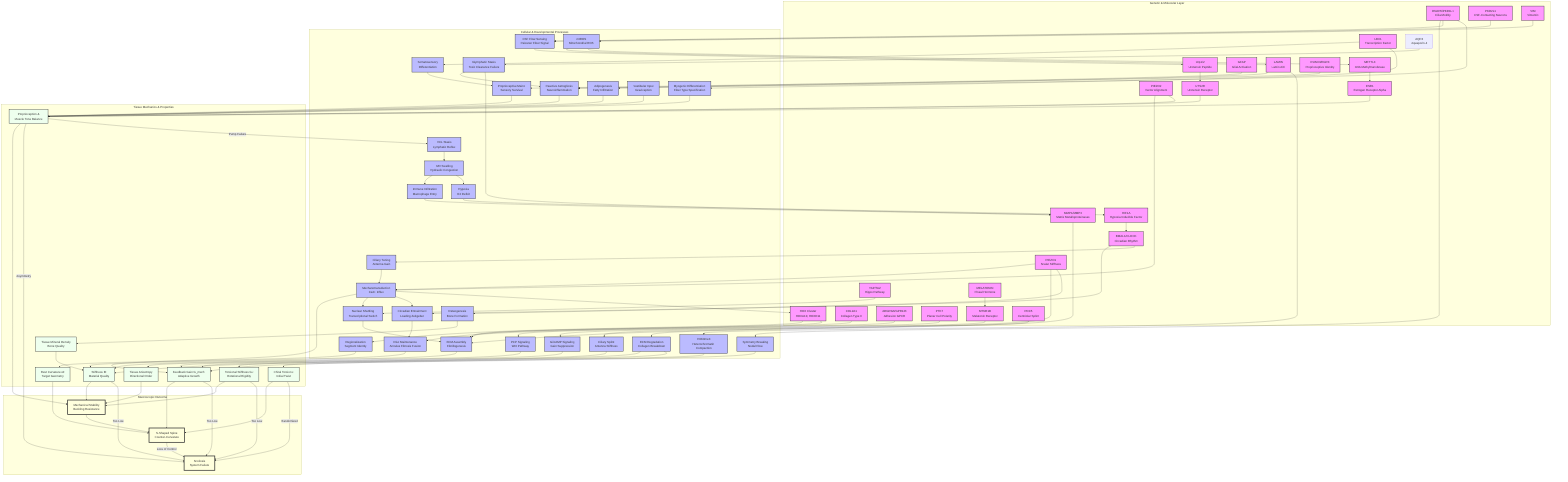
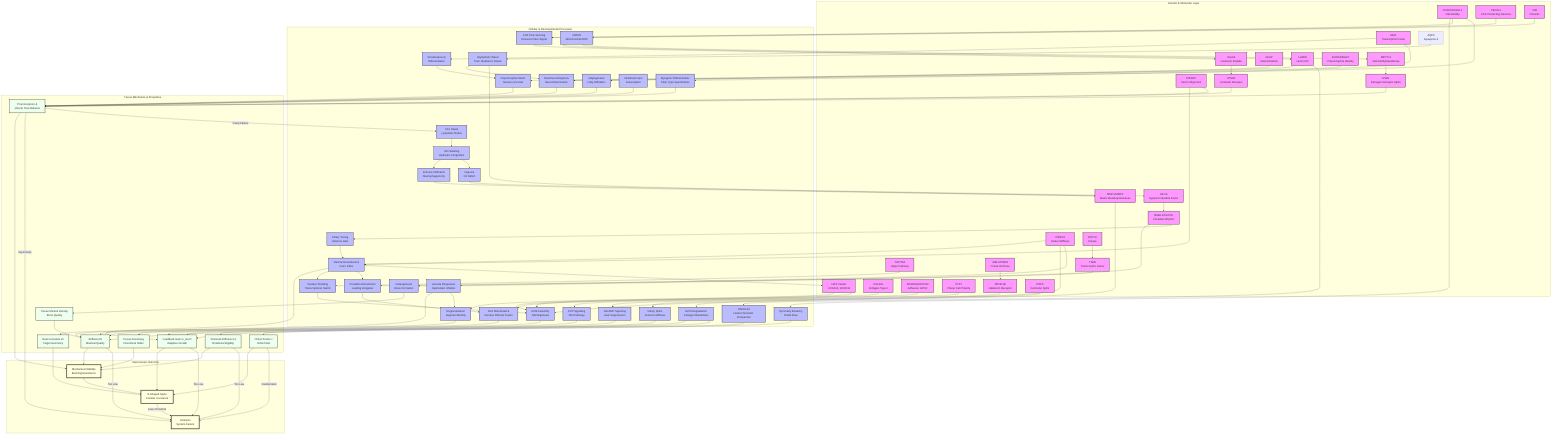
graph TD
    %% Subgraphs for Organization
    subgraph Genetics [Genetic & Molecular Layer]
        HOX[HOX Cluster<br/>HOXA10, HOXD11]
        COL[COL2A1<br/>Collagen Type II]
        PIEZO1[PIEZO1<br/>Scalar Stiffness]
        PIEZO2[PIEZO2<br/>Vector Alignment]
        CILIA[DNAH5/PKD1L1<br/>Cilia Motility]
        LBX1[LBX1<br/>Transcription Factor]
        ADGRG6[ADGRG6/GPR126<br/>Adhesion GPCR]
        PTK7[PTK7<br/>Planar Cell Polarity]
        YAP[YAP/TAZ<br/>Hippo Pathway]
        PKD2L1[PKD2L1<br/>CSF-Contacting Neurons]
        MMP[MMP1/MMP3<br/>Matrix Metalloproteinases]
        URP[Urp1/2<br/>Urotensin Peptide]
        UTS2R[UTS2R<br/>Urotensin Receptor]
        GFAP[GFAP<br/>Glial Activation]
        VIM[VIM<br/>Vimentin]
        LAMIN[LAMIN<br/>Lamin A/C]
        BMAL1[BMAL1/CLOCK<br/>Circadian Rhythm]
        RUNX3[RUNX3/EGR3<br/>Proprioceptive Identity]
        METTL3[METTL3<br/>m6A Methyltransferase]
        ESR1[ESR1<br/>Estrogen Receptor Alpha]
        AQP4[AQP4<br/>Aquaporin-4]
        MELATONIN[MELATONIN<br/>Pineal Hormone]
        MT2[MTNR1B<br/>Melatonin Receptor]
        HIF1A[HIF1A<br/>Hypoxia Inducible Factor]
        POC5[POC5<br/>Centriolar Splint]
+         DSTYK[DSTYK<br/>Kinase]
+         TFEB[TFEB<br/>Transcription Factor]
    end

    subgraph Processes [Cellular & Developmental Processes]
        Astrogliosis[Reactive Astrogliosis<br/>Neuroinflammation]
        Region[Regionalization<br/>Segment Identity]
        ECM_Assembly[ECM Assembly<br/>Fibrillogenesis]
        Nucl_Shuttle[Nuclear Shuttling<br/>Transcriptional Switch]
        Mech_Trans[Mechanotransduction<br/>Ca2+ Influx]
        Sym_Break[Symmetry Breaking<br/>Nodal Flow]
        CSF_Sensing[CSF Flow Sensing<br/>Reissner Fiber Signal]
        Neur_Diff[Somatosensory<br/>Differentiation]
        Muscle_Diff[Myogenic Differentiation<br/>Fiber Type Specification]
        Disc_Maint[Disc Maintenance<br/>Annulus Fibrosis Fusion]
        PCP_Sig[PCP Signaling<br/>Wnt Pathway]
        Degradation[ECM Degradation<br/>Collagen Breakdown]
        mtROS[mtROS<br/>Mitochondrial ROS]
        Adipogenesis[Adipogenesis<br/>Fatty Infiltration]
        Hydraulic_Congestion[IVD Swelling<br/>Hydraulic Congestion]
        Immune_Infilt[Immune Infiltration<br/>Macrophage Entry]
        Circadian_Entrain[Circadian Entrainment<br/>Loading Zeitgeber]
        Proprio_Maint[Proprioceptive Maint.<br/>Sensory Survival]
        H3K9me3[H3K9me3<br/>Heterochromatin Compaction]
        VCL_Stasis[VCL Stasis<br/>Lymphatic Reflux]
        Glymphatic_Stasis[Glymphatic Stasis<br/>Toxic Clearance Failure]
        Vestibular_Input[Vestibular Input<br/>Graviception]
        Gi_cAMP[Gi/cAMP Signaling<br/>Gain Suppression]
        Ciliary_Tuning[Ciliary Tuning<br/>Antenna Gain]
        Hypoxia[Hypoxia<br/>O2 Deficit]
        Osteogenesis[Osteogenesis<br/>Bone Formation]
        Ciliary_Splint[Ciliary Splint<br/>Antenna Stiffness]
+         Vacuole_Biogenesis[Vacuole Biogenesis<br/>Hydrostatic Inflation]
    end

    subgraph Tissue [Tissue Mechanics & Properties]
        Rest_Kappa[Rest Curvature κ0<br/>Target Geometry]
        Stiffness[Stiffness EI<br/>Material Quality]
        Torsional_Stiffness[Torsional Stiffness GJ<br/>Rotational Rigidity]
        Gain[Feedback Gain G_mech<br/>Adaptive Growth]
        Torsion[Chiral Torsion ε<br/>Initial Twist]
        Muscle_Tone[Proprioception &<br/>Muscle Tone Balance]
        Anisotropy[Tissue Anisotropy<br/>Directional Order]
        TMD[Tissue Mineral Density<br/>Bone Quality]
    end

    subgraph Outcome [Macroscopic Outcome]
        S_Curve[S-Shaped Spine<br/>Counter-Curvature]
        Stability[Mechanical Stability<br/>Buckling Resistance]
        Scoliosis[Scoliosis<br/>System Failure]
    end

    %% Connections
    HOX --> Region
    Region --> Rest_Kappa
    Rest_Kappa --> S_Curve

    COL --> ECM_Assembly
    ECM_Assembly --> Stiffness
    Stiffness --> Stability

    PIEZO1 --> Mech_Trans
    PIEZO2 --> Mech_Trans
    Mech_Trans --> Gain
    Gain --> S_Curve

    %% NEW ARC: Piezo Duality (Vector-Scalar Mismatch)
    PIEZO1 --> ECM_Assembly
    PIEZO2 --> Muscle_Tone

    CILIA --> Sym_Break
    Sym_Break --> Torsion
    Torsion --> S_Curve

    LBX1 --> Neur_Diff
    LBX1 --> Muscle_Diff
    Neur_Diff --> Proprio_Maint
    Proprio_Maint --> Muscle_Tone
    Muscle_Diff --> Muscle_Tone
    Muscle_Tone --> Stability

    %% NEW ARC: Proprioceptive Maintenance
    RUNX3 --> Proprio_Maint

    %% NEW ARC: ADGRG6
    ADGRG6 --> Disc_Maint
    Disc_Maint --> Stiffness

    %% NEW ARC: PTK7
    PTK7 --> PCP_Sig
    PCP_Sig --> Anisotropy
    Anisotropy --> Stability

    %% NEW ARC: YAP/TAZ
    YAP --> Nucl_Shuttle
    Nucl_Shuttle --> ECM_Assembly
    Mech_Trans --> Nucl_Shuttle

    %% NEW ARC: CSF/Reissner Fiber
    CILIA --> CSF_Sensing
    PKD2L1 --> CSF_Sensing
    CSF_Sensing --> URP
    URP --> UTS2R
    UTS2R --> Muscle_Tone

    %% NEW ARC: MMP Degradation
    MMP --> Degradation
    Degradation --> Stiffness

    %% NEW ARC: Neuro-Inflammatory Pathway
    CILIA --> Astrogliosis
    GFAP --> Astrogliosis
    Astrogliosis --> Muscle_Tone

    %% NEW ARC: Vimentin Metabolic Switch
    VIM --> mtROS
    mtROS --> LAMIN
    LAMIN --> Adipogenesis
    Adipogenesis --> Muscle_Tone

    %% NEW ARC: Inflamed Torsion
    Hydraulic_Congestion --> Immune_Infilt
    Immune_Infilt --> MMP
    Degradation --> Torsional_Stiffness
    Torsional_Stiffness --> Stability

    %% NEW ARC: Glymphatic Stasis
    AQP4 --> Glymphatic_Stasis
    Glymphatic_Stasis --> Astrogliosis

    %% NEW ARC: Glymphatic-MMP Axis (Chen et al., 2025)
    Glymphatic_Stasis --> MMP

    %% NEW ARC: Melatonin Gain Control
    MELATONIN --> MT2
    MT2 --> Gi_cAMP
    Gi_cAMP --> Gain

    %% NEW ARC: Vestibular Asymmetry
    Vestibular_Input --> Muscle_Tone

    %% Cross-Talk and Failures
    Stability --> S_Curve
    S_Curve -- "Loss of Control" --> Scoliosis
    Stiffness -- "Too Low" --> Scoliosis
    Torsional_Stiffness -- "Too Low" --> Scoliosis
    Gain -- "Too Low" --> Scoliosis
    Torsion -- "Randomized" --> Scoliosis
    Muscle_Tone -- "Asymmetry" --> Scoliosis

    %% Styling
    classDef gene fill:#f9f,stroke:#333,stroke-width:2px;
    classDef process fill:#bbf,stroke:#333,stroke-width:2px;
    classDef tissue fill:#efe,stroke:#333,stroke-width:2px;
    classDef outcome fill:#ffd,stroke:#333,stroke-width:4px;

    %% NEW ARC: Spinal Jetlag
    BMAL1 --> Circadian_Entrain
    Mech_Trans --> Circadian_Entrain
    Circadian_Entrain --> Disc_Maint

    %% NEW ARC: Tunable Antenna (Miyoshi et al., 2024)
    BMAL1 --> Ciliary_Tuning
    Ciliary_Tuning --> Mech_Trans

    %% NEW ARC: Epigenetic Asymmetry
    mtROS --> METTL3
    METTL3 --> ESR1
    ESR1 --> Muscle_Tone

    %% NEW ARC: Nuclear Stiffness (Scalar Senescence)
    LAMIN --> H3K9me3
    H3K9me3 --> Gain

    %% NEW ARC: Lymphatic Drainage Pathway (VCL)
    Muscle_Tone -- "Pump Failure" --> VCL_Stasis
    VCL_Stasis --> Hydraulic_Congestion

    %% NEW ARC: Hypoxic Clock Block (HIF1A)
    Hydraulic_Congestion --> Hypoxia
    Hypoxia --> HIF1A
    HIF1A --> BMAL1

    %% NEW ARC: Tension-Dependent Identity (HOX)
    Mech_Trans --> HOX
    HOX --> ECM_Assembly

    %% NEW ARC: Bone Mineralization (Ramli et al., 2024)
    PIEZO1 --> Osteogenesis
    Osteogenesis --> TMD
    TMD --> Stiffness

    %% NEW ARC: Centriolar Splint (POC5)
    POC5 --> Ciliary_Splint
    Ciliary_Splint --> Gain

-     class HOX,COL,PIEZO1,PIEZO2,CILIA,LBX1,ADGRG6,PTK7,YAP,PKD2L1,MMP,URP,UTS2R,GFAP,VIM,LAMIN,BMAL1,RUNX3,METTL3,ESR1,MELATONIN,MT2,HIF1A,POC5 gene;
-     class Region,ECM_Assembly,Mech_Trans,Sym_Break,Neur_Diff,Muscle_Diff,Disc_Maint,PCP_Sig,Nucl_Shuttle,CSF_Sensing,Degradation,Astrogliosis,mtROS,Adipogenesis,Hydraulic_Congestion,Immune_Infilt,Circadian_Entrain,Proprio_Maint,H3K9me3,VCL_Stasis,Glymphatic_Stasis,Vestibular_Input,Gi_cAMP,Ciliary_Tuning,Hypoxia,Osteogenesis,Ciliary_Splint process;
+     %% NEW ARC: Hydrostatic Skeleton (DSTYK/TFEB)
+     DSTYK --> TFEB
+     TFEB --> Vacuole_Biogenesis
+     Vacuole_Biogenesis --> Stiffness
+     Vacuole_Biogenesis --> Region
+ 
+     class HOX,COL,PIEZO1,PIEZO2,CILIA,LBX1,ADGRG6,PTK7,YAP,PKD2L1,MMP,URP,UTS2R,GFAP,VIM,LAMIN,BMAL1,RUNX3,METTL3,ESR1,MELATONIN,MT2,HIF1A,POC5,DSTYK,TFEB gene;
+     class Region,ECM_Assembly,Mech_Trans,Sym_Break,Neur_Diff,Muscle_Diff,Disc_Maint,PCP_Sig,Nucl_Shuttle,CSF_Sensing,Degradation,Astrogliosis,mtROS,Adipogenesis,Hydraulic_Congestion,Immune_Infilt,Circadian_Entrain,Proprio_Maint,H3K9me3,VCL_Stasis,Glymphatic_Stasis,Vestibular_Input,Gi_cAMP,Ciliary_Tuning,Hypoxia,Osteogenesis,Ciliary_Splint,Vacuole_Biogenesis process;
    class Rest_Kappa,Stiffness,Torsional_Stiffness,Gain,Torsion,Muscle_Tone,Anisotropy,TMD tissue;
    class S_Curve,Stability,Scoliosis outcome;
